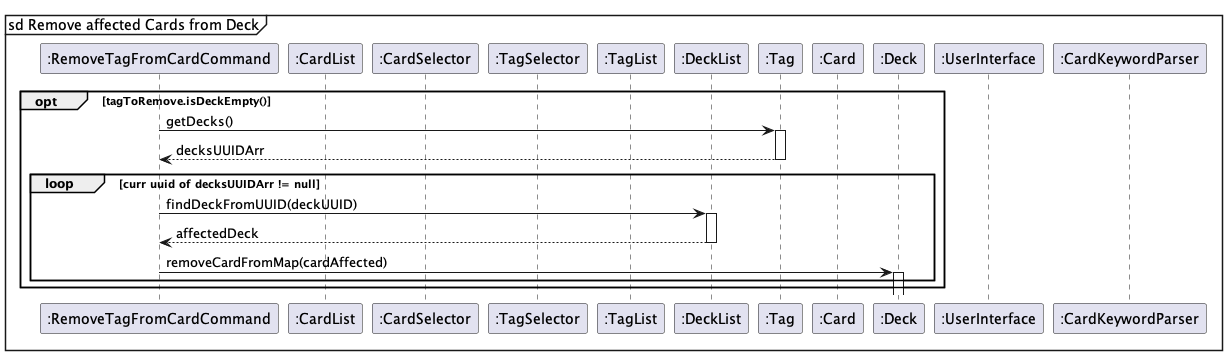
The PlantUML diagram docs/img/RemoveCardFromDecksRef.png in nus-cs2113-AY2223S2/tp, before a commit.
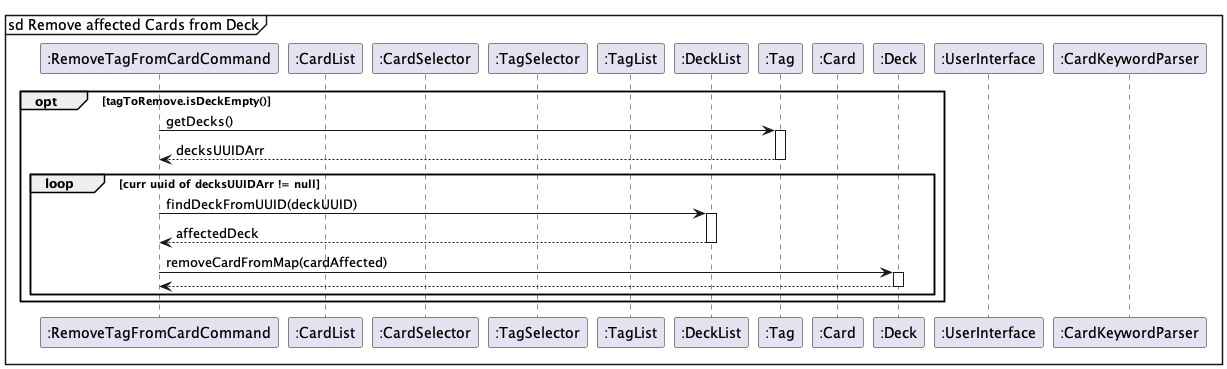
Later version of the same file.

Commit message:
docs: fix missing return in png

The edit, as a diff of the source:
```diff
@@ -24,7 +24,7 @@
 RemoveTagFromCardCommand -> DeckList : findDeckFromUUID(deckUUID)
 return affectedDeck
 RemoveTagFromCardCommand -> Deck : removeCardFromMap(cardAffected)
-
+return
 end loop
 end
 
```
